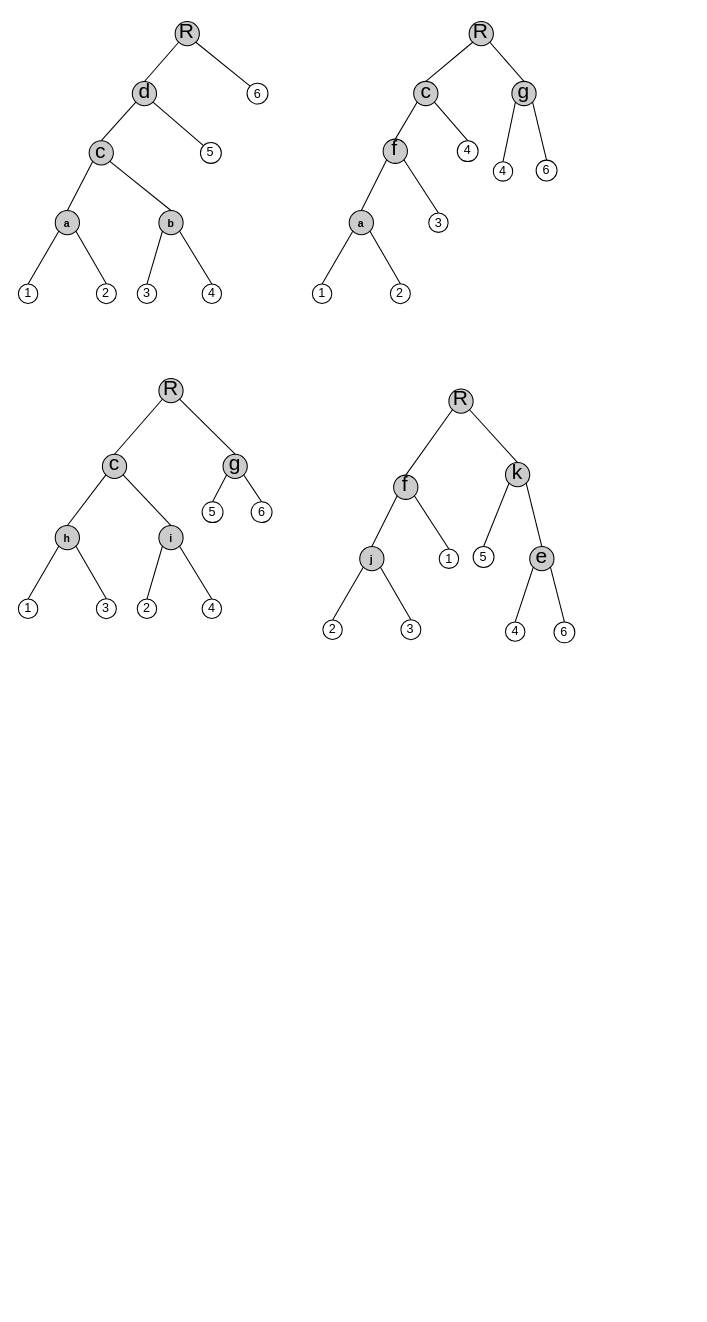
Earlier version of the draw.io diagram img/Fig5.drawio (tahiri-lab/PrismTree). Source tidied: cells renumbered, new cells numbered last; positions are measured from the earlier drawing's top-left corner, leaving out a move shared by most shapes. Both pictures are drawn from the tidied source at 105%, with x=0, y=0 at pixel (18, 21).
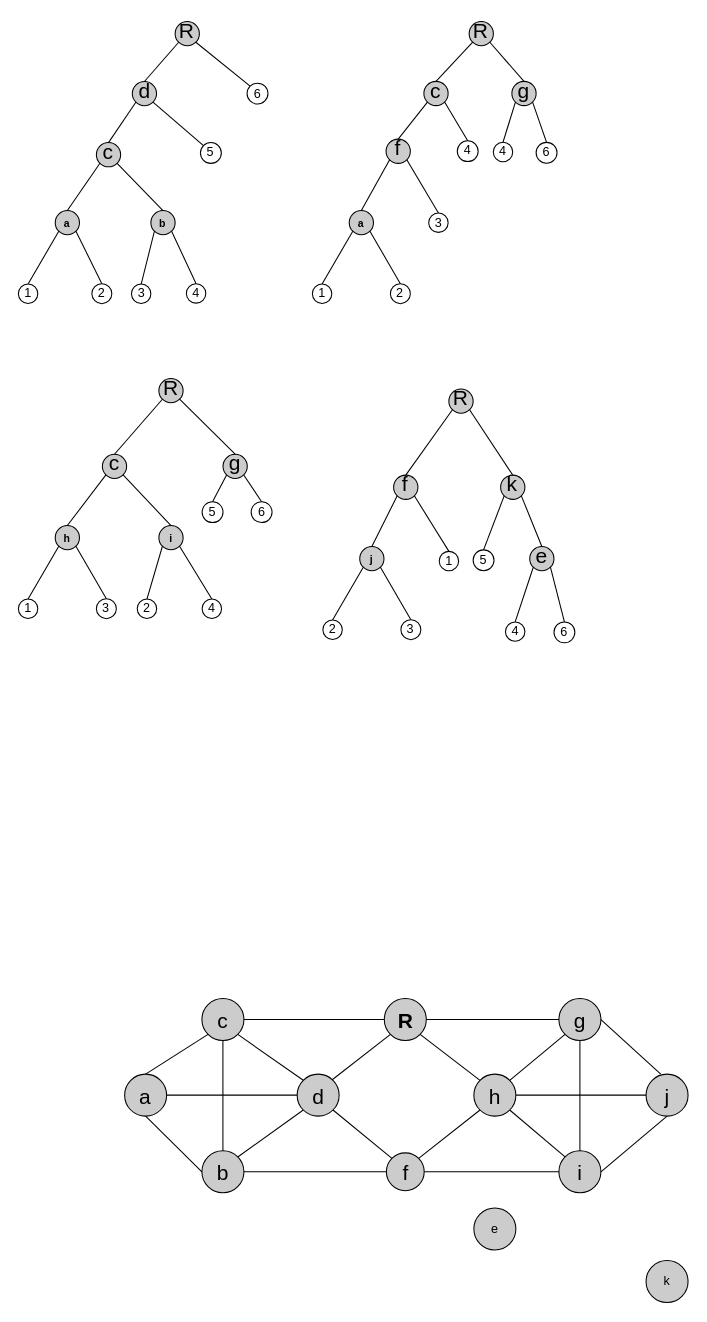
Above is the later version.

Unchanged cells that the change refers to:
```xml
<mxCell id="2" style="group;" parent="1" vertex="1">
  <mxGeometry width="240" height="270.3" as="geometry" />
</mxCell>
<mxCell id="24" style="group;" parent="1" vertex="1">
  <mxGeometry x="280" width="240" height="270.3" as="geometry" />
</mxCell>
<mxCell id="68" style="group;" parent="1" vertex="1">
  <mxGeometry x="290" y="320" width="240" height="270.3" as="geometry" />
</mxCell>
```

The edit, as a diff of the source:
```diff
@@
     <mxCell id="3" value="&lt;b style=&quot;font-size: 10px;&quot;&gt;b&lt;br style=&quot;font-size: 10px;&quot;&gt;&lt;/b&gt;" style="ellipse;whiteSpace=wrap;html=1;fontSize=10;fillColor=#CCCCCC;" parent="2" vertex="1">
-      <mxGeometry x="133.8" y="180" width="23.1" height="23.1" as="geometry" />
+      <mxGeometry x="126.2" y="180" width="23.1" height="23.1" as="geometry" />
     </mxCell>
@@
     <mxCell id="6" value="3" style="ellipse;whiteSpace=wrap;html=1;fontSize=12;" parent="2" vertex="1">
-      <mxGeometry x="113.2" y="250" width="18.5" height="18.5" as="geometry" />
+      <mxGeometry x="107.7" y="250" width="18.5" height="18.5" as="geometry" />
     </mxCell>
     <mxCell id="7" value="4" style="ellipse;whiteSpace=wrap;html=1;fontSize=12;" parent="2" vertex="1">
-      <mxGeometry x="175" y="250" width="18.5" height="18.5" as="geometry" />
+      <mxGeometry x="160" y="249.7" width="18.5" height="18.5" as="geometry" />
     </mxCell>
@@
     <mxCell id="10" value="2" style="ellipse;whiteSpace=wrap;html=1;fontSize=12;" parent="2" vertex="1">
-      <mxGeometry x="74.3" y="249.7" width="19" height="19" as="geometry" />
+      <mxGeometry x="70" y="249.7" width="19" height="19" as="geometry" />
     </mxCell>
@@
     <mxCell id="13" value="&lt;span style=&quot;font-size: 20px;&quot;&gt;&lt;span style=&quot;font-size: 20px;&quot;&gt;c&lt;/span&gt;&lt;br style=&quot;font-size: 20px;&quot;&gt;&lt;/span&gt;" style="ellipse;whiteSpace=wrap;html=1;fontSize=20;fillColor=#CCCCCC;align=center;verticalAlign=bottom;fontStyle=0;" parent="2" vertex="1">
-      <mxGeometry x="67.4" y="113.5" width="23.1" height="23.1" as="geometry" />
+      <mxGeometry x="74.3" y="115.3" width="23.1" height="23.1" as="geometry" />
     </mxCell>
@@
     <mxCell id="28" value="4" style="ellipse;whiteSpace=wrap;html=1;fontSize=12;" parent="24" vertex="1">
-      <mxGeometry x="172.3" y="133.5" width="18.5" height="18.5" as="geometry" />
+      <mxGeometry x="172.3" y="115" width="18.5" height="18.5" as="geometry" />
     </mxCell>
@@
     <mxCell id="32" value="&lt;span style=&quot;font-size: 20px;&quot;&gt;&lt;font style=&quot;font-size: 20px;&quot;&gt;c&lt;/font&gt;&lt;br style=&quot;font-size: 20px;&quot;&gt;&lt;/span&gt;" style="ellipse;whiteSpace=wrap;html=1;fontSize=20;fillColor=#CCCCCC;verticalAlign=bottom;fontStyle=0;" parent="24" vertex="1">
-      <mxGeometry x="96.5" y="57" width="23.1" height="23.1" as="geometry" />
+      <mxGeometry x="106.2" y="57" width="23.1" height="23.1" as="geometry" />
     </mxCell>
     <mxCell id="33" value="&lt;span style=&quot;font-size: 20px;&quot;&gt;&lt;span style=&quot;font-size: 20px;&quot;&gt;f&lt;/span&gt;&lt;br style=&quot;font-size: 20px;&quot;&gt;&lt;/span&gt;" style="ellipse;whiteSpace=wrap;html=1;fontSize=20;fillColor=#CCCCCC;align=center;verticalAlign=bottom;fontStyle=0;" parent="24" vertex="1">
-      <mxGeometry x="67.4" y="112" width="23.1" height="23.1" as="geometry" />
+      <mxGeometry x="70.2" y="112" width="23.1" height="23.1" as="geometry" />
     </mxCell>
@@
     <mxCell id="44" value="6" style="ellipse;whiteSpace=wrap;html=1;fontSize=12;" parent="24" vertex="1">
-      <mxGeometry x="213.1" y="132" width="19.9" height="19.9" as="geometry" />
+      <mxGeometry x="213.1" y="115.1" width="19.9" height="19.9" as="geometry" />
     </mxCell>
@@
     <mxCell id="71" value="1" style="ellipse;whiteSpace=wrap;html=1;fontSize=12;" parent="68" vertex="1">
-      <mxGeometry x="110.8" y="182.3" width="18.5" height="18.5" as="geometry" />
+      <mxGeometry x="110.8" y="184.6" width="18.5" height="18.5" as="geometry" />
     </mxCell>
@@
     <mxCell id="73" value="5" style="ellipse;whiteSpace=wrap;html=1;fontSize=12;" parent="68" vertex="1">
-      <mxGeometry x="143.1" y="180" width="19.9" height="19.9" as="geometry" />
+      <mxGeometry x="143.1" y="183.2" width="19.9" height="19.9" as="geometry" />
     </mxCell>
@@
     <mxCell id="76" value="&lt;span style=&quot;font-size: 20px;&quot;&gt;&lt;font style=&quot;font-size: 20px;&quot;&gt;k&lt;/font&gt;&lt;br style=&quot;font-size: 20px;&quot;&gt;&lt;/span&gt;" style="ellipse;whiteSpace=wrap;html=1;fontSize=20;fillColor=#CCCCCC;verticalAlign=bottom;fontStyle=0;" parent="68" vertex="1">
-      <mxGeometry x="173.9" y="100" width="23.1" height="23.1" as="geometry" />
+      <mxGeometry x="169.3" y="112" width="23.1" height="23.1" as="geometry" />
     </mxCell>
@@
+    <mxCell id="90" value="c" style="ellipse;whiteSpace=wrap;html=1;fontSize=20;fillColor=#CCCCCC;" parent="1" vertex="1">
+      <mxGeometry x="174.8" y="930.5" width="40" height="40" as="geometry" />
+    </mxCell>
+    <mxCell id="91" value="g" style="ellipse;whiteSpace=wrap;html=1;fontSize=20;fillColor=#CCCCCC;" parent="1" vertex="1">
+      <mxGeometry x="514.8" y="930.5" width="40" height="40" as="geometry" />
+    </mxCell>
+    <mxCell id="92" value="&lt;b&gt;R&lt;br&gt;&lt;/b&gt;" style="ellipse;whiteSpace=wrap;html=1;fontSize=20;fillColor=#CCCCCC;" parent="1" vertex="1">
+      <mxGeometry x="348.5" y="930.5" width="40" height="40" as="geometry" />
+    </mxCell>
+    <mxCell id="93" value="b" style="ellipse;whiteSpace=wrap;html=1;fontSize=20;fillColor=#cccccc;" parent="1" vertex="1">
+      <mxGeometry x="174.8" y="1075.5" width="40" height="40" as="geometry" />
+    </mxCell>
+    <mxCell id="94" value="f" style="ellipse;whiteSpace=wrap;html=1;fontSize=20;fillColor=#CCCCCC;" parent="1" vertex="1">
+      <mxGeometry x="350.5" y="1077.5" width="36" height="36" as="geometry" />
+    </mxCell>
+    <mxCell id="95" value="i" style="ellipse;whiteSpace=wrap;html=1;fontSize=20;fillColor=#cccccc;" parent="1" vertex="1">
+      <mxGeometry x="514.8" y="1075.5" width="40" height="40" as="geometry" />
+    </mxCell>
+    <mxCell id="96" value="a" style="ellipse;whiteSpace=wrap;html=1;fontSize=20;fillColor=#cccccc;" parent="1" vertex="1">
+      <mxGeometry x="101.2" y="1002.5" width="40" height="40" as="geometry" />
+    </mxCell>
+    <mxCell id="97" value="j" style="ellipse;whiteSpace=wrap;html=1;fontSize=20;fillColor=#cccccc;" parent="1" vertex="1">
+      <mxGeometry x="597.8" y="1002.5" width="40" height="40" as="geometry" />
+    </mxCell>
+    <mxCell id="98" value="h" style="ellipse;whiteSpace=wrap;html=1;fontSize=20;fillColor=#CCCCCC;" parent="1" vertex="1">
+      <mxGeometry x="433.8" y="1002.5" width="40" height="40" as="geometry" />
+    </mxCell>
+    <mxCell id="99" value="d" style="ellipse;whiteSpace=wrap;html=1;fontSize=20;fillColor=#CCCCCC;" parent="1" vertex="1">
+      <mxGeometry x="265.5" y="1002.5" width="40" height="40" as="geometry" />
+    </mxCell>
+    <mxCell id="100" style="endArrow=none;html=1;rounded=0;entryX=1;entryY=0.5;entryDx=0;entryDy=0;exitX=0;exitY=0.5;exitDx=0;exitDy=0;" parent="1" edge="1" source="92" target="90">
+      <mxGeometry relative="1" as="geometry" />
+    </mxCell>
+    <mxCell id="101" style="endArrow=none;html=1;rounded=0;entryX=0;entryY=0.5;entryDx=0;entryDy=0;exitX=1;exitY=0.5;exitDx=0;exitDy=0;" parent="1" edge="1" source="92" target="91">
+      <mxGeometry relative="1" as="geometry" />
+    </mxCell>
+    <mxCell id="102" style="endArrow=none;html=1;rounded=0;entryX=1;entryY=0.5;entryDx=0;entryDy=0;exitX=0;exitY=0.5;exitDx=0;exitDy=0;" parent="1" edge="1" source="94" target="93">
+      <mxGeometry relative="1" as="geometry" />
+    </mxCell>
+    <mxCell id="103" style="endArrow=none;html=1;rounded=0;entryX=1;entryY=0.5;entryDx=0;entryDy=0;exitX=0;exitY=0.5;exitDx=0;exitDy=0;" parent="1" edge="1" source="95" target="94">
+      <mxGeometry relative="1" as="geometry" />
+    </mxCell>
+    <mxCell id="104" style="endArrow=none;html=1;rounded=0;entryX=0.5;entryY=1;entryDx=0;entryDy=0;exitX=0;exitY=0.5;exitDx=0;exitDy=0;" parent="1" edge="1" source="93" target="96">
+      <mxGeometry relative="1" as="geometry" />
+    </mxCell>
+    <mxCell id="105" style="endArrow=none;html=1;rounded=0;entryX=0;entryY=1;entryDx=0;entryDy=0;exitX=0.5;exitY=0;exitDx=0;exitDy=0;" parent="1" edge="1" source="96" target="90">
+      <mxGeometry relative="1" as="geometry" />
+    </mxCell>
+    <mxCell id="106" style="endArrow=none;html=1;rounded=0;exitX=0.35;exitY=0;exitDx=0;exitDy=0;exitPerimeter=0;entryX=1;entryY=0.5;entryDx=0;entryDy=0;" parent="1" edge="1" source="97" target="91">
+      <mxGeometry relative="1" as="geometry" />
+    </mxCell>
+    <mxCell id="107" style="endArrow=none;html=1;rounded=0;entryX=0;entryY=0.5;entryDx=0;entryDy=0;exitX=1;exitY=0.5;exitDx=0;exitDy=0;" parent="1" edge="1" source="98" target="97">
+      <mxGeometry relative="1" as="geometry" />
+    </mxCell>
+    <mxCell id="108" style="endArrow=none;html=1;rounded=0;exitX=1;exitY=1;exitDx=0;exitDy=0;entryX=0;entryY=0;entryDx=0;entryDy=0;" parent="1" edge="1" source="98" target="95">
+      <mxGeometry relative="1" as="geometry" />
+    </mxCell>
+    <mxCell id="109" style="endArrow=none;html=1;rounded=0;entryX=1;entryY=1;entryDx=0;entryDy=0;exitX=0;exitY=0;exitDx=0;exitDy=0;" parent="1" edge="1" source="98" target="92">
+      <mxGeometry relative="1" as="geometry" />
+    </mxCell>
+    <mxCell id="110" style="endArrow=none;html=1;rounded=0;exitX=0;exitY=1;exitDx=0;exitDy=0;entryX=0.835;entryY=0.133;entryDx=0;entryDy=0;entryPerimeter=0;" parent="1" edge="1" source="92" target="99">
+      <mxGeometry relative="1" as="geometry" />
+    </mxCell>
+    <mxCell id="111" style="endArrow=none;html=1;rounded=0;exitX=1;exitY=0;exitDx=0;exitDy=0;entryX=0;entryY=1;entryDx=0;entryDy=0;" parent="1" edge="1" source="93" target="99">
+      <mxGeometry relative="1" as="geometry" />
+    </mxCell>
+    <mxCell id="112" style="endArrow=none;html=1;rounded=0;entryX=1;entryY=1;entryDx=0;entryDy=0;exitX=0;exitY=0;exitDx=0;exitDy=0;" parent="1" edge="1" source="94" target="99">
+      <mxGeometry relative="1" as="geometry" />
+    </mxCell>
+    <mxCell id="113" style="endArrow=none;html=1;rounded=0;entryX=0.5;entryY=1;entryDx=0;entryDy=0;exitX=0.5;exitY=0;exitDx=0;exitDy=0;" parent="1" edge="1" source="93" target="90">
+      <mxGeometry relative="1" as="geometry" />
+    </mxCell>
+    <mxCell id="114" style="endArrow=none;html=1;rounded=0;entryX=0.5;entryY=1;entryDx=0;entryDy=0;exitX=0.5;exitY=0;exitDx=0;exitDy=0;" parent="1" edge="1" source="95" target="91">
+      <mxGeometry relative="1" as="geometry" />
+    </mxCell>
+    <mxCell id="115" style="endArrow=none;html=1;rounded=0;entryX=0.5;entryY=1;entryDx=0;entryDy=0;exitX=1;exitY=0.5;exitDx=0;exitDy=0;" parent="1" edge="1" source="95" target="97">
+      <mxGeometry relative="1" as="geometry" />
+    </mxCell>
+    <mxCell id="116" style="endArrow=none;html=1;rounded=0;entryX=0;entryY=1;entryDx=0;entryDy=0;exitX=1;exitY=0;exitDx=0;exitDy=0;" parent="1" edge="1" source="94" target="98">
+      <mxGeometry relative="1" as="geometry" />
+    </mxCell>
+    <mxCell id="117" value="k" style="ellipse;whiteSpace=wrap;html=1;fillColor=#CCCCCC;" parent="1" vertex="1">
+      <mxGeometry x="597.8" y="1180" width="40" height="40" as="geometry" />
+    </mxCell>
+    <mxCell id="118" style="endArrow=none;html=1;rounded=0;entryX=0;entryY=0.5;entryDx=0;entryDy=0;exitX=1;exitY=0.5;exitDx=0;exitDy=0;" parent="1" edge="1" source="96" target="99">
+      <mxGeometry relative="1" as="geometry" />
+    </mxCell>
+    <mxCell id="119" style="endArrow=none;html=1;rounded=0;entryX=1;entryY=1;entryDx=0;entryDy=0;exitX=0;exitY=0;exitDx=0;exitDy=0;" parent="1" edge="1" source="99" target="90">
+      <mxGeometry relative="1" as="geometry" />
+    </mxCell>
+    <mxCell id="120" style="endArrow=none;html=1;rounded=0;entryX=0;entryY=1;entryDx=0;entryDy=0;exitX=1;exitY=0;exitDx=0;exitDy=0;" parent="1" edge="1" source="98" target="91">
+      <mxGeometry relative="1" as="geometry" />
+    </mxCell>
+    <mxCell id="121" value="e" style="ellipse;whiteSpace=wrap;html=1;fillColor=#CCCCCC;" parent="1" vertex="1">
+      <mxGeometry x="433.8" y="1130" width="40" height="40" as="geometry" />
+    </mxCell>
```
